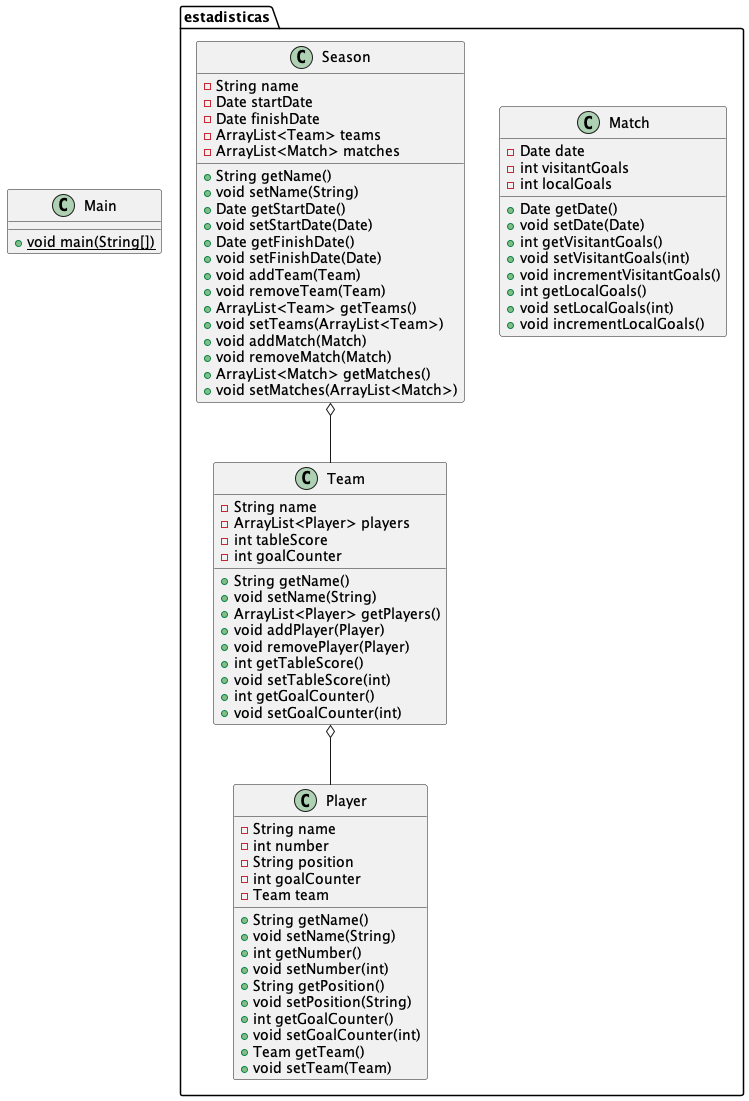
This is clase_13/class_diagram.png from davinci-as/23.2_poo, a PlantUML export, as it was before one commit. Its diagram source:
```plantuml
@startuml
class estadisticas.Team {
- String name
- ArrayList<Player> players
- int tableScore
- int goalCounter
+ String getName()
+ void setName(String)
+ ArrayList<Player> getPlayers()
+ void addPlayer(Player)
+ void removePlayer(Player)
+ int getTableScore()
+ void setTableScore(int)
+ int getGoalCounter()
+ void setGoalCounter(int)
}
class estadisticas.Player {
- String name
- int number
- String position
- int goalCounter
- Team team
+ String getName()
+ void setName(String)
+ int getNumber()
+ void setNumber(int)
+ String getPosition()
+ void setPosition(String)
+ int getGoalCounter()
+ void setGoalCounter(int)
+ Team getTeam()
+ void setTeam(Team)
}
class Main {
+ {static} void main(String[])
}
class estadisticas.Match {
- Date date
- int visitantGoals
- int localGoals
+ Date getDate()
+ void setDate(Date)
+ int getVisitantGoals()
+ void setVisitantGoals(int)
+ void incrementVisitantGoals()
+ int getLocalGoals()
+ void setLocalGoals(int)
+ void incrementLocalGoals()
}
class estadisticas.Season {
- String name
- Date startDate
- Date finishDate
- ArrayList<Team> teams
- ArrayList<Match> matches
+ String getName()
+ void setName(String)
+ Date getStartDate()
+ void setStartDate(Date)
+ Date getFinishDate()
+ void setFinishDate(Date)
+ void addTeam(Team)
+ void removeTeam(Team)
+ ArrayList<Team> getTeams()
+ void setTeams(ArrayList<Team>)
+ void addMatch(Match)
+ void removeMatch(Match)
+ ArrayList<Match> getMatches()
+ void setMatches(ArrayList<Match>)
}

estadisticas.Team o-- estadisticas.Player
estadisticas.Season o-- estadisticas.Team
@enduml
```
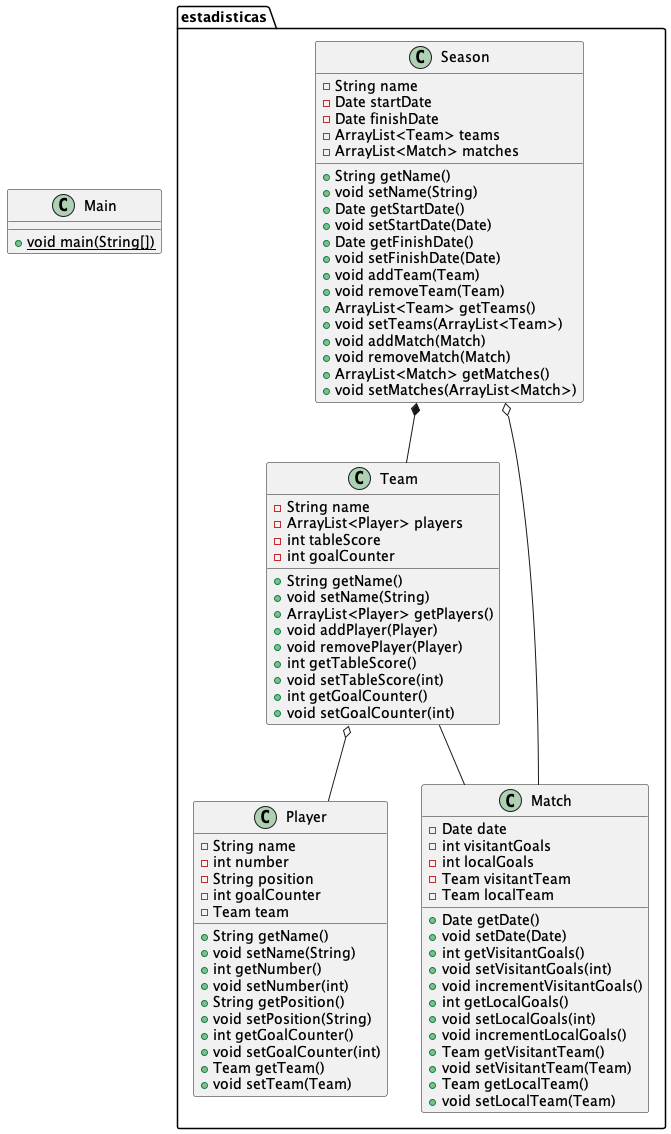
After the change.

Commit message:
docs: update class relationships

The edit, as a diff of the source:
```diff
@@ -13,39 +13,6 @@
 + void setTableScore(int)
 + int getGoalCounter()
 + void setGoalCounter(int)
-}
-class estadisticas.Player {
-- String name
-- int number
-- String position
-- int goalCounter
-- Team team
-+ String getName()
-+ void setName(String)
-+ int getNumber()
-+ void setNumber(int)
-+ String getPosition()
-+ void setPosition(String)
-+ int getGoalCounter()
-+ void setGoalCounter(int)
-+ Team getTeam()
-+ void setTeam(Team)
-}
-class Main {
-+ {static} void main(String[])
-}
-class estadisticas.Match {
-- Date date
-- int visitantGoals
-- int localGoals
-+ Date getDate()
-+ void setDate(Date)
-+ int getVisitantGoals()
-+ void setVisitantGoals(int)
-+ void incrementVisitantGoals()
-+ int getLocalGoals()
-+ void setLocalGoals(int)
-+ void incrementLocalGoals()
 }
 class estadisticas.Season {
 - String name
@@ -68,7 +35,48 @@
 + ArrayList<Match> getMatches()
 + void setMatches(ArrayList<Match>)
 }
+class Main {
++ {static} void main(String[])
+}
+class estadisticas.Match {
+- Date date
+- int visitantGoals
+- int localGoals
+- Team visitantTeam
+- Team localTeam
++ Date getDate()
++ void setDate(Date)
++ int getVisitantGoals()
++ void setVisitantGoals(int)
++ void incrementVisitantGoals()
++ int getLocalGoals()
++ void setLocalGoals(int)
++ void incrementLocalGoals()
++ Team getVisitantTeam()
++ void setVisitantTeam(Team)
++ Team getLocalTeam()
++ void setLocalTeam(Team)
+}
+class estadisticas.Player {
+- String name
+- int number
+- String position
+- int goalCounter
+- Team team
++ String getName()
++ void setName(String)
++ int getNumber()
++ void setNumber(int)
++ String getPosition()
++ void setPosition(String)
++ int getGoalCounter()
++ void setGoalCounter(int)
++ Team getTeam()
++ void setTeam(Team)
+}
 
 estadisticas.Team o-- estadisticas.Player
-estadisticas.Season o-- estadisticas.Team
+estadisticas.Team -- estadisticas.Match
+estadisticas.Season *-- estadisticas.Team
+estadisticas.Season o-- estadisticas.Match
 @enduml
```
